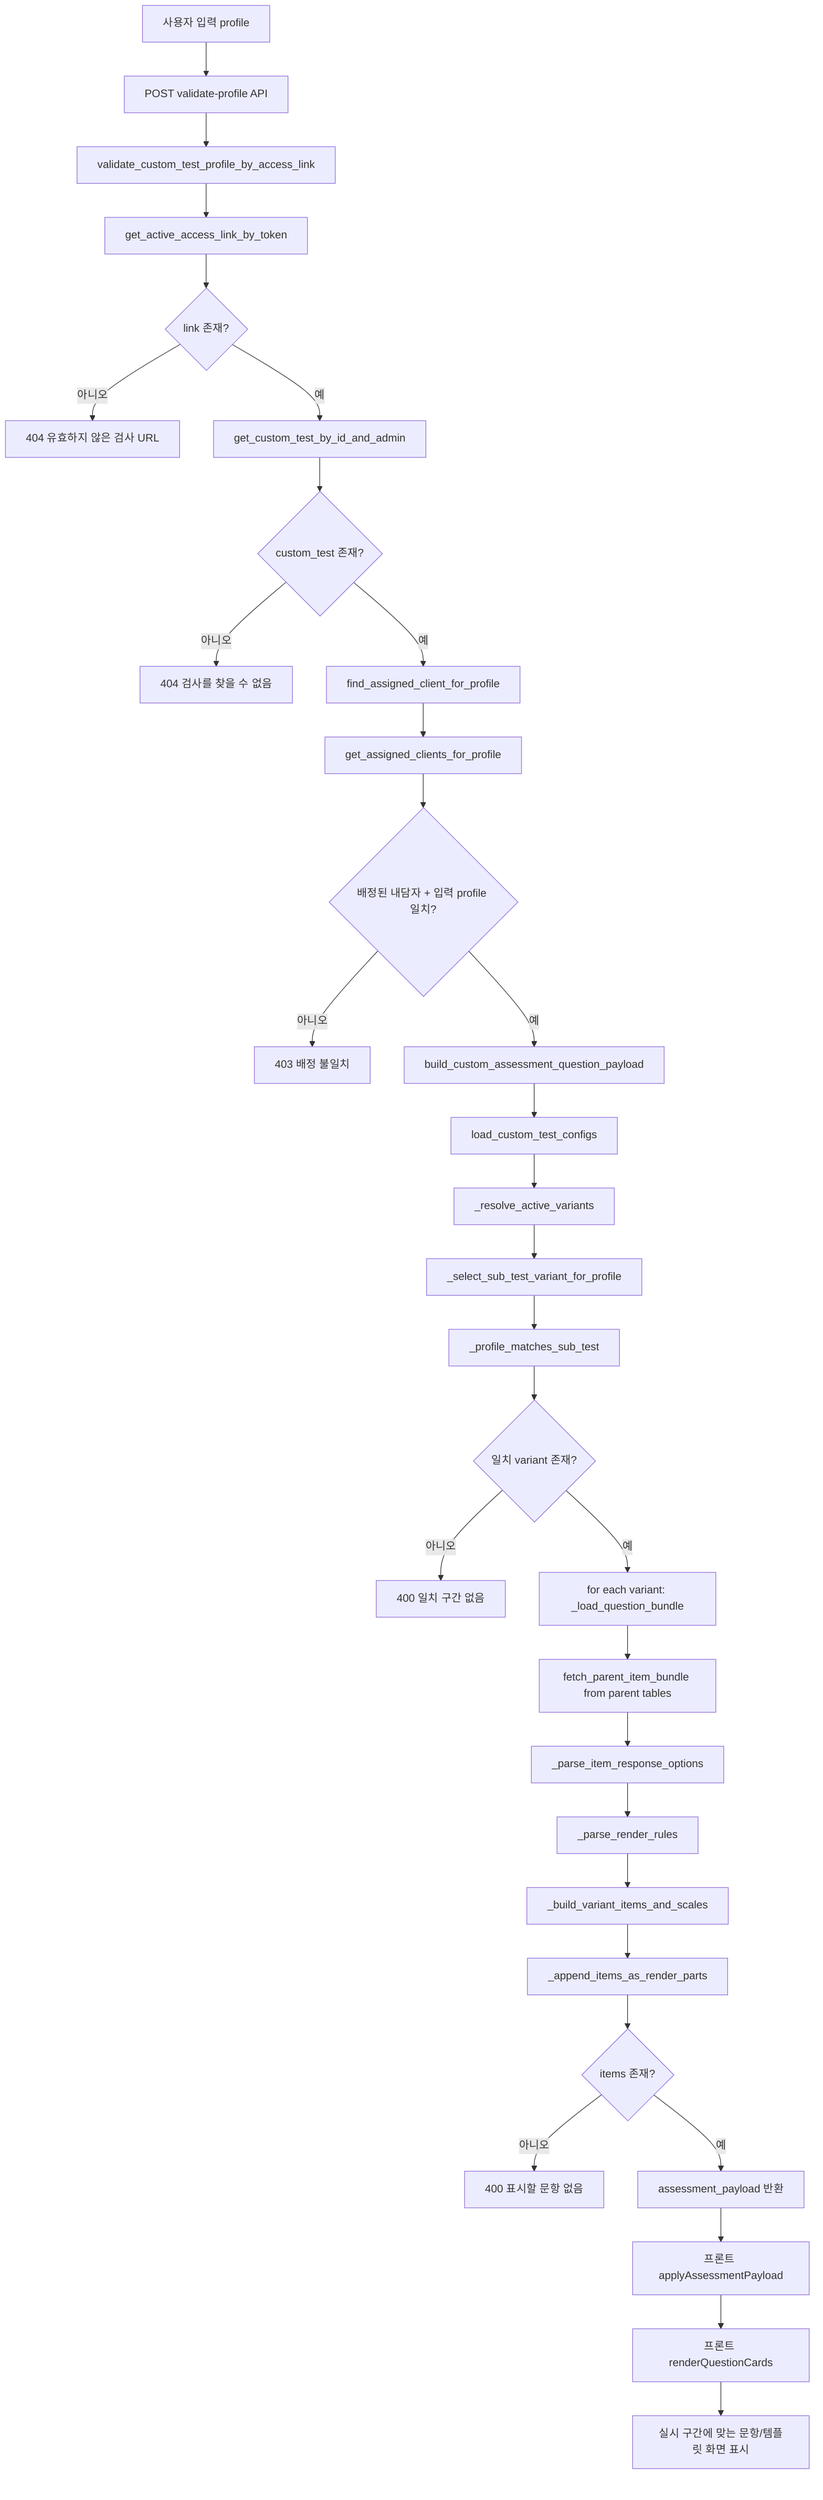
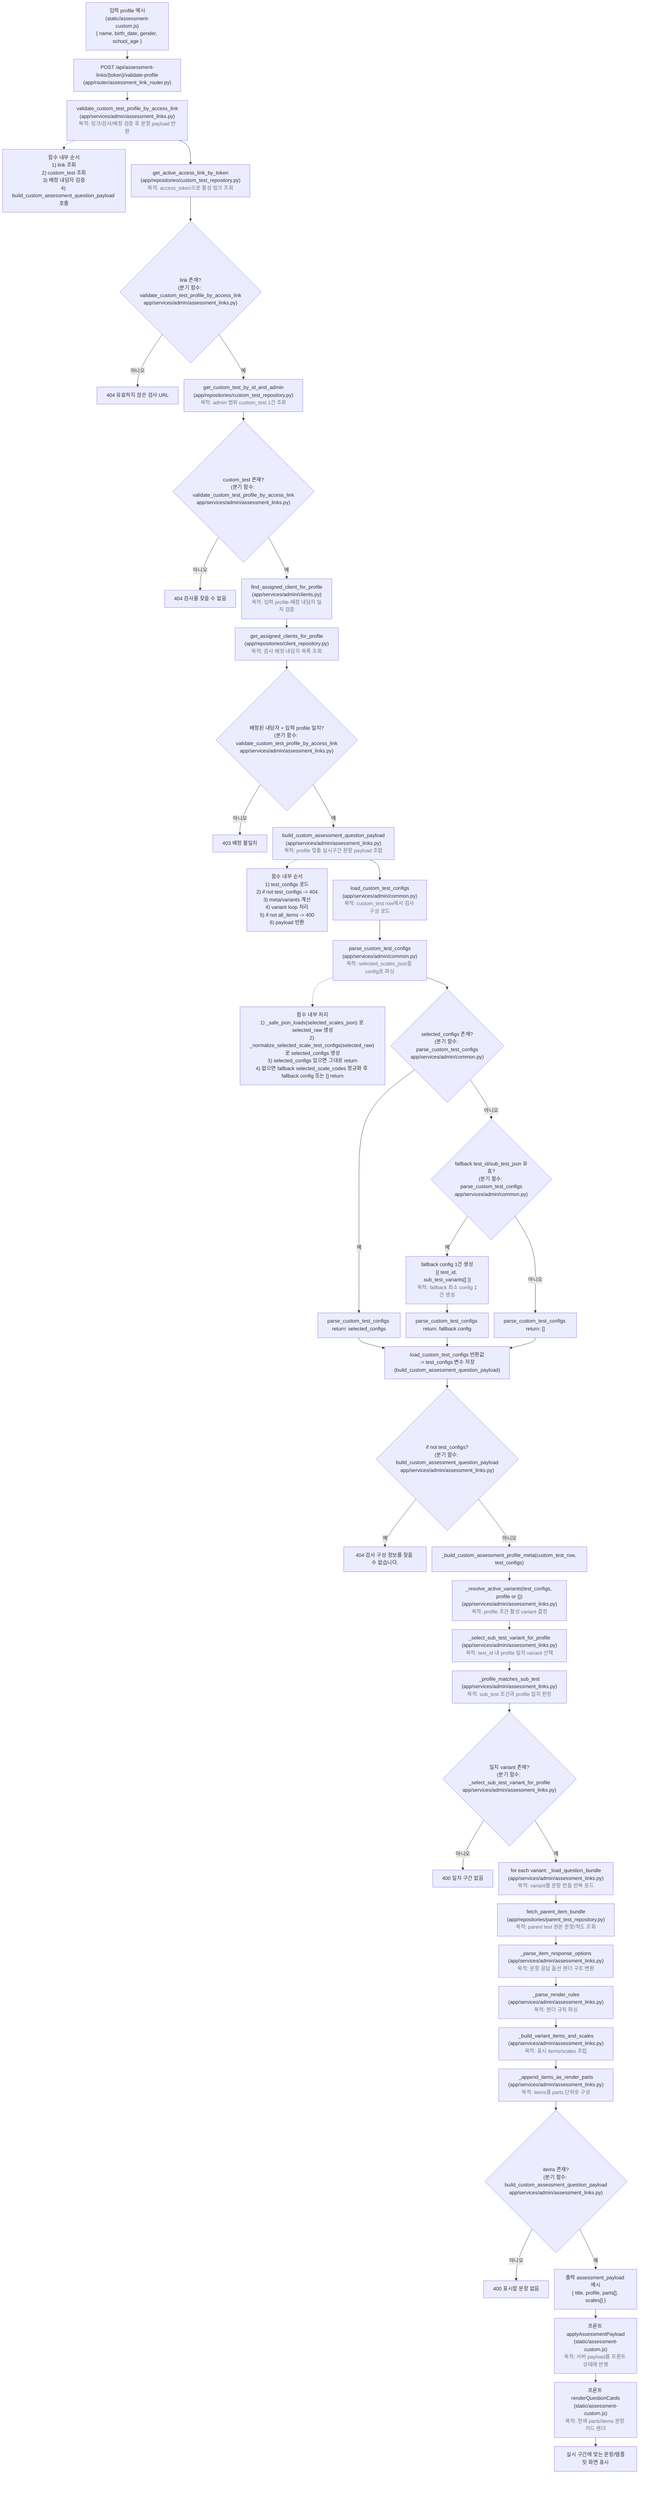
+ %%{init: {'flowchart': {'nodeSpacing': 18, 'rankSpacing': 28}}}%%
flowchart TD
-     A[사용자 입력 profile] --> B[POST validate-profile API]
-     B --> C[validate_custom_test_profile_by_access_link]
+     A["입력 profile 예시\n(static/assessment-custom.js)\n{ name, birth_date, gender, school_age }"] --> B["POST /api/assessment-links/{token}/validate-profile\n(app/router/assessment_link_router.py)"]
+     B --> C["validate_custom_test_profile_by_access_link\n(app/services/admin/assessment_links.py)<br/><span style='color:#6c757d'>목적: 링크/검사/배정 검증 후 문항 payload 반환</span>"]
+     C -.-> C_SIDE["함수 내부 순서\n1) link 조회\n2) custom_test 조회\n3) 배정 내담자 검증\n4) build_custom_assessment_question_payload 호출"]

-     C --> D[get_active_access_link_by_token]
-     D --> E{link 존재?}
+     C --> D["get_active_access_link_by_token\n(app/repositories/custom_test_repository.py)<br/><span style='color:#6c757d'>목적: access_token으로 활성 링크 조회</span>"]
+     D --> E{"link 존재?\n(분기 함수: validate_custom_test_profile_by_access_link\napp/services/admin/assessment_links.py)"}
    E -- 아니오 --> E1[404 유효하지 않은 검사 URL]
-     E -- 예 --> F[get_custom_test_by_id_and_admin]
+     E -- 예 --> F["get_custom_test_by_id_and_admin\n(app/repositories/custom_test_repository.py)<br/><span style='color:#6c757d'>목적: admin 범위 custom_test 1건 조회</span>"]

-     F --> G{custom_test 존재?}
+     F --> G{"custom_test 존재?\n(분기 함수: validate_custom_test_profile_by_access_link\napp/services/admin/assessment_links.py)"}
    G -- 아니오 --> G1[404 검사를 찾을 수 없음]
-     G -- 예 --> H[find_assigned_client_for_profile]
+     G -- 예 --> H["find_assigned_client_for_profile\n(app/services/admin/clients.py)<br/><span style='color:#6c757d'>목적: 입력 profile-배정 내담자 일치 검증</span>"]

-     H --> H1[get_assigned_clients_for_profile]
-     H1 --> I{배정된 내담자 + 입력 profile 일치?}
+     H --> H1["get_assigned_clients_for_profile\n(app/repositories/client_repository.py)<br/><span style='color:#6c757d'>목적: 검사 배정 내담자 목록 조회</span>"]
+     H1 --> I{"배정된 내담자 + 입력 profile 일치?\n(분기 함수: validate_custom_test_profile_by_access_link\napp/services/admin/assessment_links.py)"}
    I -- 아니오 --> I1[403 배정 불일치]
-     I -- 예 --> J[build_custom_assessment_question_payload]
+     I -- 예 --> J["build_custom_assessment_question_payload\n(app/services/admin/assessment_links.py)<br/><span style='color:#6c757d'>목적: profile 맞춤 실시구간 문항 payload 조합</span>"]
+     J -.-> J_SIDE["함수 내부 순서\n1) test_configs 로드\n2) if not test_configs -> 404\n3) meta/variants 계산\n4) variant loop 처리\n5) if not all_items -> 400\n6) payload 반환"]

-     J --> K[load_custom_test_configs]
-     K --> L[_resolve_active_variants]
-     L --> M[_select_sub_test_variant_for_profile]
-     M --> N[_profile_matches_sub_test]
-     N --> O{일치 variant 존재?}
+     J --> K["load_custom_test_configs\n(app/services/admin/common.py)<br/><span style='color:#6c757d'>목적: custom_test row에서 검사 구성 로드</span>"]
+     K --> K1["parse_custom_test_configs\n(app/services/admin/common.py)<br/><span style='color:#6c757d'>목적: selected_scales_json을 config로 파싱</span>"]
+     K1 -.-> K1_SIDE["함수 내부 처리\n1) _safe_json_loads(selected_scales_json) 로 selected_raw 생성\n2) _normalize_selected_scale_test_configs(selected_raw) 로 selected_configs 생성\n3) selected_configs 있으면 그대로 return\n4) 없으면 fallback selected_scale_codes 정규화 후 fallback config 또는 [] return"]
+     K1 --> K6{"selected_configs 존재?\n(분기 함수: parse_custom_test_configs\napp/services/admin/common.py)"}
+     K6 -- 예 --> KR1["parse_custom_test_configs return: selected_configs"]
+     K6 -- 아니오 --> K8{"fallback test_id/sub_test_json 유효?\n(분기 함수: parse_custom_test_configs\napp/services/admin/common.py)"}
+     K8 -- 아니오 --> KR0["parse_custom_test_configs return: []"]
+     K8 -- 예 --> K10["fallback config 1건 생성\n[{ test_id, sub_test_variants[] }]<br/><span style='color:#6c757d'>목적: fallback 최소 config 1건 생성</span>"]
+     K10 --> KR2["parse_custom_test_configs return: fallback config"]
+     KR1 --> K_RET["load_custom_test_configs 반환값\n-> test_configs 변수 저장\n(build_custom_assessment_question_payload)"]
+     KR2 --> K_RET
+     KR0 --> K_RET
+     K_RET --> K_RET_CHK{"if not test_configs?\n(분기 함수: build_custom_assessment_question_payload\napp/services/admin/assessment_links.py)"}
+     K_RET_CHK -- 예 --> K9["404 검사 구성 정보를 찾을 수 없습니다."]
+     K_RET_CHK -- 아니오 --> KB1["_build_custom_assessment_profile_meta(custom_test_row, test_configs)"]
+     KB1 --> L["_resolve_active_variants(test_configs, profile or {})\n(app/services/admin/assessment_links.py)<br/><span style='color:#6c757d'>목적: profile 조건 활성 variant 결정</span>"]
+     L --> M["_select_sub_test_variant_for_profile\n(app/services/admin/assessment_links.py)<br/><span style='color:#6c757d'>목적: test_id 내 profile 일치 variant 선택</span>"]
+     M --> N["_profile_matches_sub_test\n(app/services/admin/assessment_links.py)<br/><span style='color:#6c757d'>목적: sub_test 조건과 profile 일치 판정</span>"]
+     N --> O{"일치 variant 존재?\n(분기 함수: _select_sub_test_variant_for_profile\napp/services/admin/assessment_links.py)"}
    O -- 아니오 --> O1[400 일치 구간 없음]
-     O -- 예 --> P[for each variant: _load_question_bundle]
+     O -- 예 --> P["for each variant: _load_question_bundle\n(app/services/admin/assessment_links.py)<br/><span style='color:#6c757d'>목적: variant별 문항 번들 반복 로드</span>"]

-     P --> Q[fetch_parent_item_bundle from parent tables]
-     Q --> R[_parse_item_response_options]
-     R --> S[_parse_render_rules]
-     S --> T[_build_variant_items_and_scales]
-     T --> U[_append_items_as_render_parts]
-     U --> V{items 존재?}
+     P --> Q["fetch_parent_item_bundle\n(app/repositories/parent_test_repository.py)<br/><span style='color:#6c757d'>목적: parent test 원본 문항/척도 조회</span>"]
+     Q --> R["_parse_item_response_options\n(app/services/admin/assessment_links.py)<br/><span style='color:#6c757d'>목적: 문항 응답 옵션 렌더 구조 변환</span>"]
+     R --> S["_parse_render_rules\n(app/services/admin/assessment_links.py)<br/><span style='color:#6c757d'>목적: 렌더 규칙 파싱</span>"]
+     S --> T["_build_variant_items_and_scales\n(app/services/admin/assessment_links.py)<br/><span style='color:#6c757d'>목적: 표시 items/scales 조립</span>"]
+     T --> U["_append_items_as_render_parts\n(app/services/admin/assessment_links.py)<br/><span style='color:#6c757d'>목적: items를 parts 단위로 구성</span>"]
+     U --> V{"items 존재?\n(분기 함수: build_custom_assessment_question_payload\napp/services/admin/assessment_links.py)"}
    V -- 아니오 --> V1[400 표시할 문항 없음]
-     V -- 예 --> W[assessment_payload 반환]
+     V -- 예 --> W["출력 assessment_payload 예시\n{ title, profile, parts[], scales[] }"]

-     W --> X[프론트 applyAssessmentPayload]
-     X --> Y[프론트 renderQuestionCards]
+     W --> X["프론트 applyAssessmentPayload\n(static/assessment-custom.js)<br/><span style='color:#6c757d'>목적: 서버 payload를 프론트 상태에 반영</span>"]
+     X --> Y["프론트 renderQuestionCards\n(static/assessment-custom.js)<br/><span style='color:#6c757d'>목적: 현재 parts/items 문항 카드 렌더</span>"]
    Y --> Z[실시 구간에 맞는 문항/템플릿 화면 표시]
